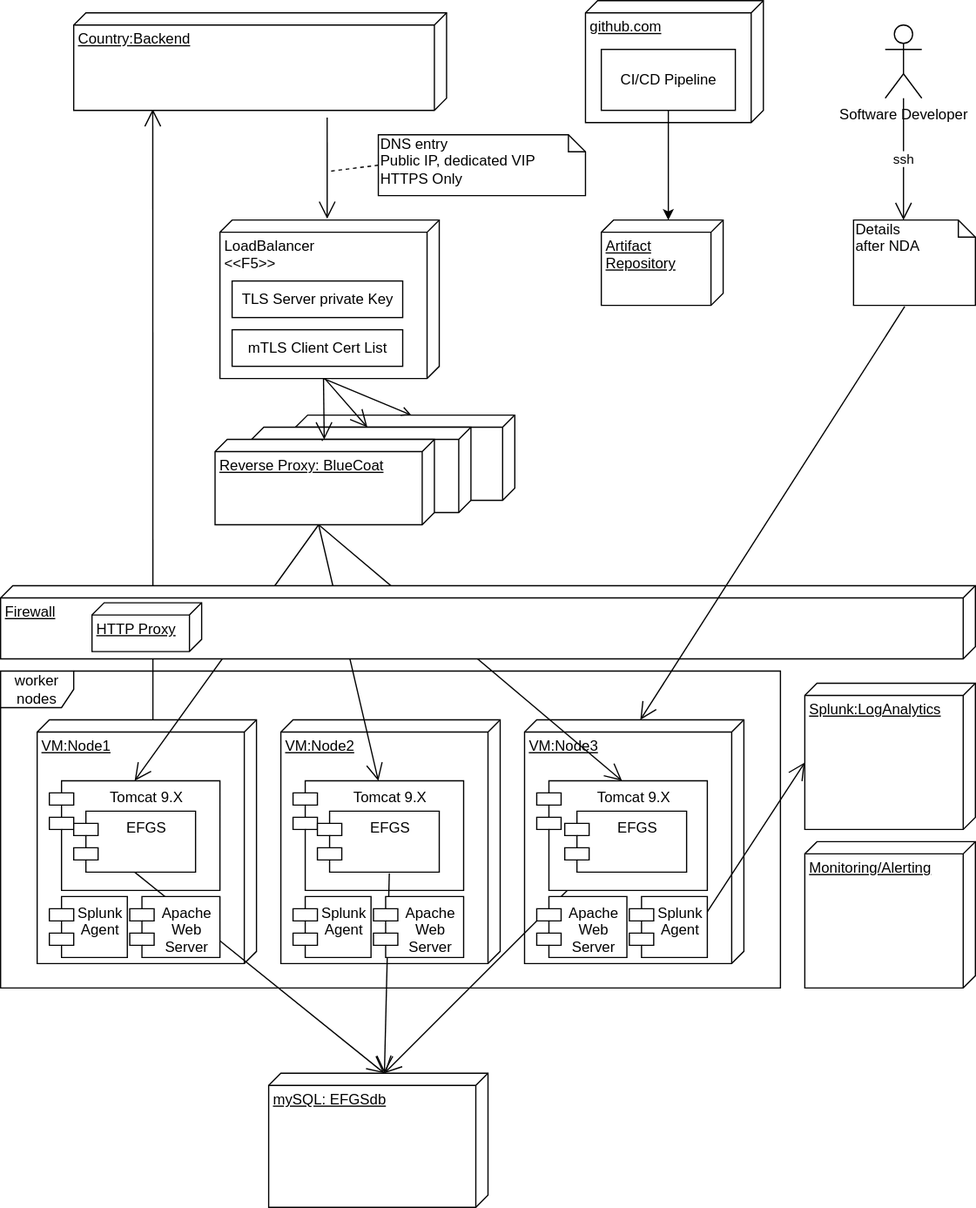
The draw.io diagram docs/EFGS-deployment-template.svg in eu-federation-gateway-service/efgs-federation-gateway, before a commit. Source tidied: cells renumbered, new cells last; positions are measured from the earlier drawing's top-left corner, leaving out a move shared by most shapes.
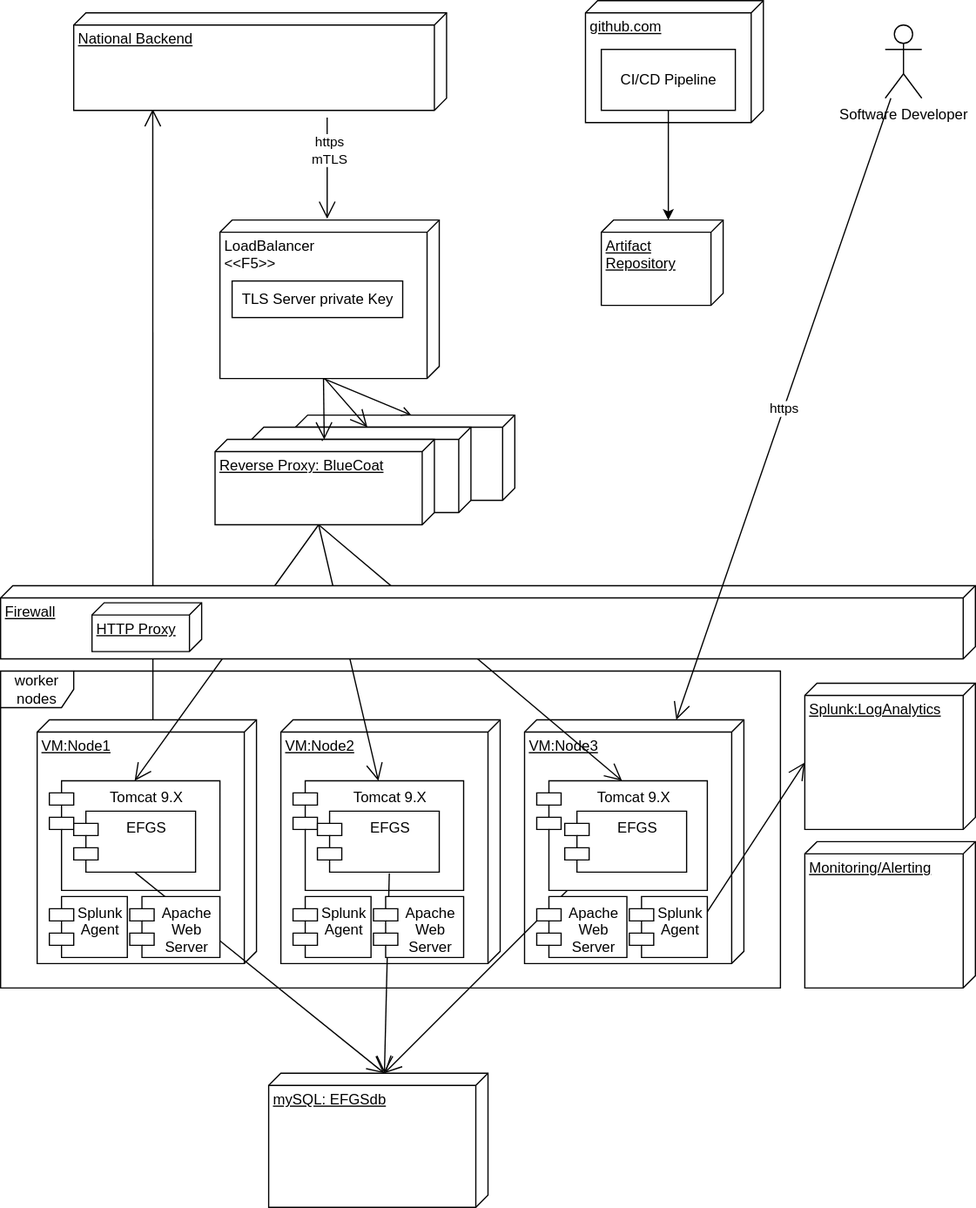
Above is the later version.

Diff of the diagram source:
```diff
@@ -20,22 +20,14 @@
     <mxCell id="7" style="edgeStyle=none;rounded=0;jettySize=auto;html=1;entryX=0;entryY=0;entryDx=0;entryDy=85;entryPerimeter=0;endArrow=open;endFill=0;exitX=0;exitY=0;exitDx=130;exitDy=95;exitPerimeter=0;" parent="1" edge="1" source="5" target="3">
       <mxGeometry relative="1" as="geometry" />
     </mxCell>
-    <mxCell id="8" value="mTLS Client Cert List" style="html=1;" parent="1" vertex="1">
-      <mxGeometry x="190" y="270" width="140" height="30" as="geometry" />
-    </mxCell>
-    <mxCell id="9" value="DNS entry&lt;br&gt;Public IP, dedicated VIP&amp;nbsp;&lt;br&gt;HTTPS Only" style="shape=note;whiteSpace=wrap;html=1;size=14;verticalAlign=top;align=left;spacingTop=-6;" parent="1" vertex="1">
-      <mxGeometry x="310" y="110" width="170" height="50" as="geometry" />
-    </mxCell>
     <mxCell id="10" style="endArrow=open;endFill=0;endSize=12;html=1;entryX=-0.008;entryY=0.511;entryDx=0;entryDy=0;entryPerimeter=0;" parent="1" edge="1" target="5">
       <mxGeometry relative="1" as="geometry">
         <mxPoint x="268" y="96" as="sourcePoint" />
       </mxGeometry>
     </mxCell>
-    <mxCell id="11" style="endArrow=none;dashed=1;endFill=0;endSize=12;html=1;exitX=0;exitY=0.5;exitDx=0;exitDy=0;exitPerimeter=0;" parent="1" edge="1" source="9">
-      <mxGeometry relative="1" as="geometry">
-        <mxPoint x="270" y="140" as="targetPoint" />
-      </mxGeometry>
-    </mxCell>
+    <mxCell id="54" value="https&lt;br&gt;mTLS" style="edgeLabel;html=1;align=center;verticalAlign=middle;" parent="10" vertex="1">
+      <mxGeometry x="-0.35" y="1" relative="1" as="geometry" />
+    </mxCell>
     <mxCell id="12" value="worker nodes" style="shape=umlFrame;whiteSpace=wrap;html=1;" parent="1" vertex="1">
       <mxGeometry y="550" width="640" height="260" as="geometry" />
     </mxCell>
@@ -114,12 +106,10 @@
     <mxCell id="37" value="Software Developer" style="shape=umlActor;verticalLabelPosition=bottom;verticalAlign=top;html=1;" parent="1" vertex="1">
       <mxGeometry x="726" y="20" width="30" height="60" as="geometry" />
     </mxCell>
-    <mxCell id="38" value="ssh" style="endArrow=open;endFill=1;endSize=12;html=1;" parent="1" edge="1" source="37">
-      <mxGeometry relative="1" as="geometry">
-        <mxPoint x="741" y="180" as="targetPoint" />
-      </mxGeometry>
+    <mxCell id="38" value="https" style="endArrow=open;endFill=1;endSize=12;html=1;" parent="1" edge="1" source="37" target="15">
+      <mxGeometry relative="1" as="geometry" />
     </mxCell>
-    <mxCell id="39" value="Country:Backend" style="verticalAlign=top;align=left;spacingTop=8;spacingLeft=2;spacingRight=12;shape=cube;size=10;direction=south;fontStyle=4;html=1;" parent="1" vertex="1">
+    <mxCell id="39" value="National Backend" style="verticalAlign=top;align=left;spacingTop=8;spacingLeft=2;spacingRight=12;shape=cube;size=10;direction=south;fontStyle=4;html=1;" parent="1" vertex="1">
       <mxGeometry x="60" y="10" width="306" height="80" as="geometry" />
     </mxCell>
     <mxCell id="40" style="endArrow=open;endFill=1;endSize=12;html=1;entryX=0;entryY=0;entryDx=0;entryDy=85;entryPerimeter=0;" parent="1" edge="1" target="4">
@@ -148,12 +138,6 @@
     <mxCell id="47" style="edgeStyle=none;rounded=0;jettySize=auto;html=1;endArrow=classic;endFill=1;entryX=0;entryY=0;entryDx=0;entryDy=45;entryPerimeter=0;exitX=0.5;exitY=1;exitDx=0;exitDy=0;" parent="1" edge="1" source="30" target="46">
       <mxGeometry relative="1" as="geometry" />
     </mxCell>
-    <mxCell id="48" value="Details &lt;br&gt;after NDA" style="shape=note;whiteSpace=wrap;html=1;size=14;verticalAlign=top;align=left;spacingTop=-6;" parent="1" vertex="1">
-      <mxGeometry x="700" y="180" width="100" height="70" as="geometry" />
-    </mxCell>
-    <mxCell id="49" style="endArrow=open;endFill=1;endSize=12;html=1;exitX=0.42;exitY=1.014;exitDx=0;exitDy=0;exitPerimeter=0;entryX=0;entryY=0;entryDx=0;entryDy=85;entryPerimeter=0;" parent="1" edge="1" source="48" target="15">
-      <mxGeometry relative="1" as="geometry" />
-    </mxCell>
     <mxCell id="50" value="Apache&#10;Web &#10;Server" style="shape=module;align=left;spacingLeft=20;align=center;verticalAlign=top;" parent="1" vertex="1">
       <mxGeometry x="306" y="735" width="74" height="50" as="geometry" />
     </mxCell>
```
